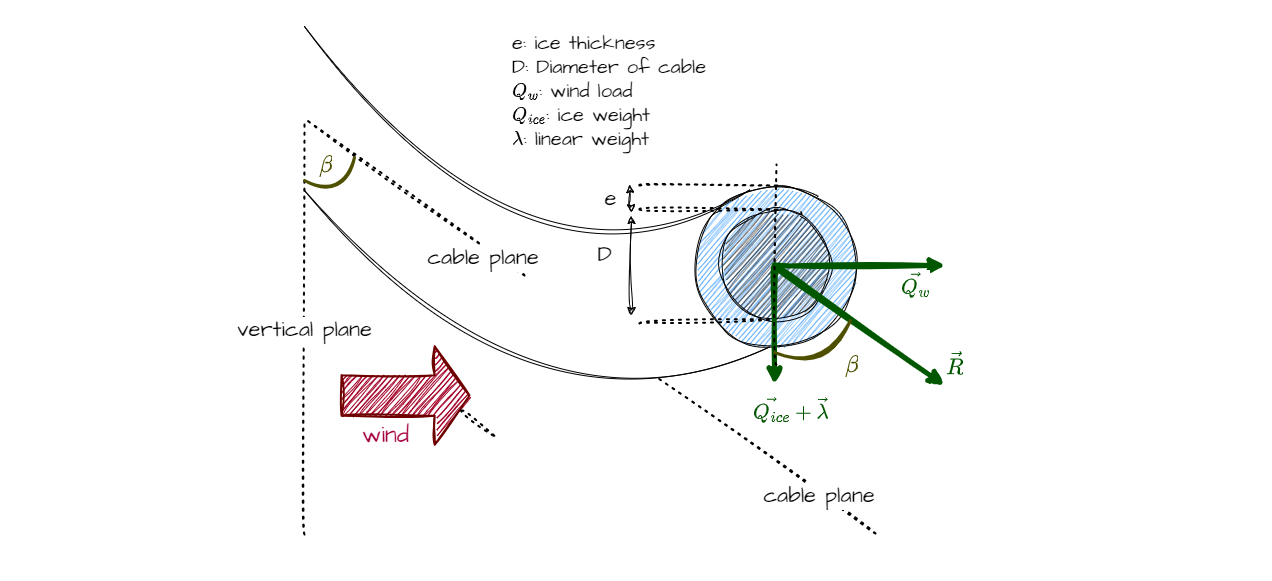
phlowers/mechaphlowers keeps this draw.io diagram as docs/user_guide/assets/cable_external_loads.drawio.png. Above is the earlier version. Source tidied: cells renumbered, new cells last; positions are measured from the earlier drawing's top-left corner, leaving out a move shared by most shapes.
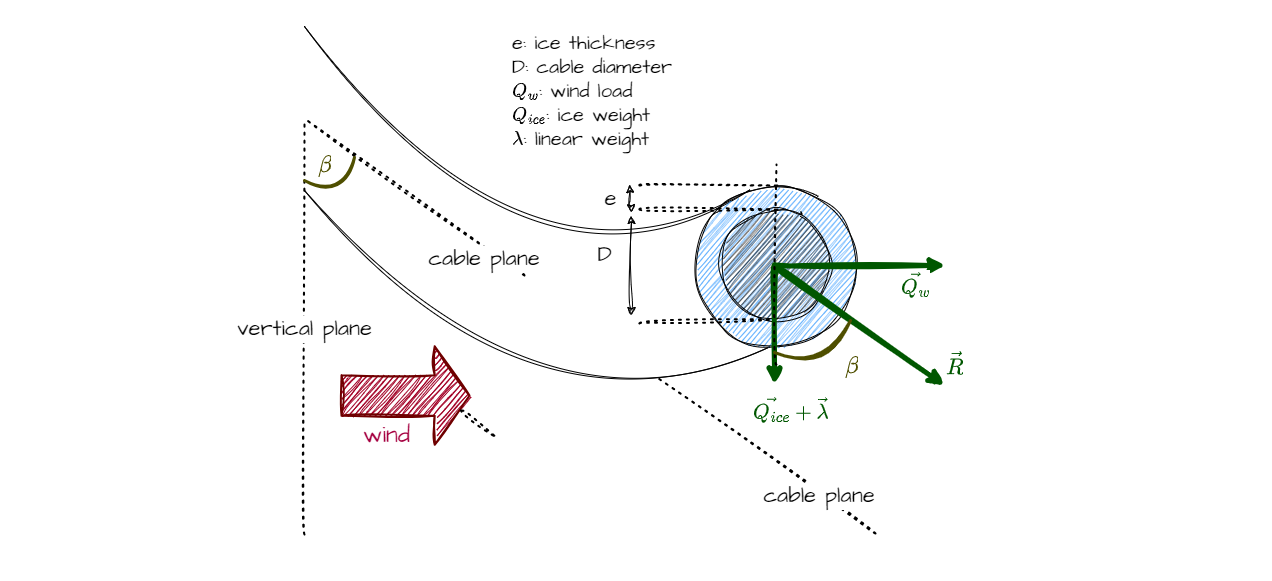
The same file after the commit.

Commit message:
schema+ug_cable_model corrections after review

Change to the diagram source:
```diff
@@ -127,7 +127,7 @@
         <mxPoint x="1" as="offset" />
       </mxGeometry>
     </mxCell>
-    <mxCell id="22" value="e: ice thickness&lt;br&gt;D: Diameter of cable&lt;br&gt;\(Q_w\): wind load&lt;br&gt;\(Q_{ice}\): ice weight&lt;br&gt;\(\lambda\): linear weight" style="rounded=1;whiteSpace=wrap;html=1;sketch=1;hachureGap=4;jiggle=2;curveFitting=1;fontFamily=Architects Daughter;fontSource=https%3A%2F%2Ffonts.googleapis.com%2Fcss%3Ffamily%3DArchitects%2BDaughter;fontSize=20;align=left;arcSize=14;strokeColor=none;" parent="1" vertex="1">
+    <mxCell id="22" value="e: ice thickness&lt;br&gt;D: cable diameter&lt;br&gt;\(Q_w\): wind load&lt;br&gt;\(Q_{ice}\): ice weight&lt;br&gt;\(\lambda\): linear weight" style="rounded=1;whiteSpace=wrap;html=1;sketch=1;hachureGap=4;jiggle=2;curveFitting=1;fontFamily=Architects Daughter;fontSource=https%3A%2F%2Ffonts.googleapis.com%2Fcss%3Ffamily%3DArchitects%2BDaughter;fontSize=20;align=left;arcSize=14;strokeColor=none;" parent="1" vertex="1">
       <mxGeometry x="510" y="20" width="250" height="140" as="geometry" />
     </mxCell>
     <mxCell id="23" style="endArrow=none;dashed=1;html=1;dashPattern=1 3;strokeWidth=2;sketch=1;hachureGap=4;jiggle=2;curveFitting=1;fontFamily=Architects Daughter;fontSource=https%3A%2F%2Ffonts.googleapis.com%2Fcss%3Ffamily%3DArchitects%2BDaughter;fontSize=22;curved=1;" parent="1" edge="1">
```
